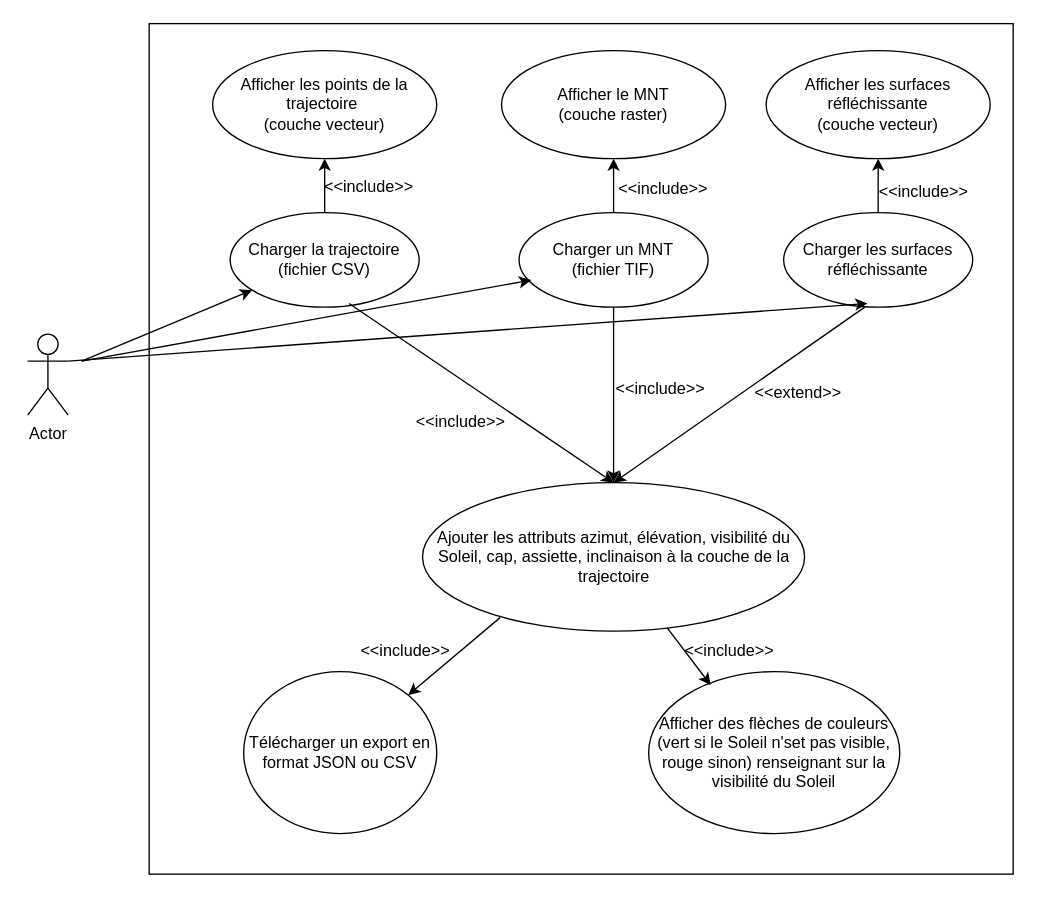
Earlier version of the draw.io diagram DiagrammeCasUtilisation.drawio (PaulCllch/BEA). Source tidied: cells renumbered, new cells numbered last; positions are measured from the earlier drawing's top-left corner, leaving out a move shared by most shapes. Both pictures are drawn from the tidied source at 135%, with x=0, y=0 at pixel (27, 23).
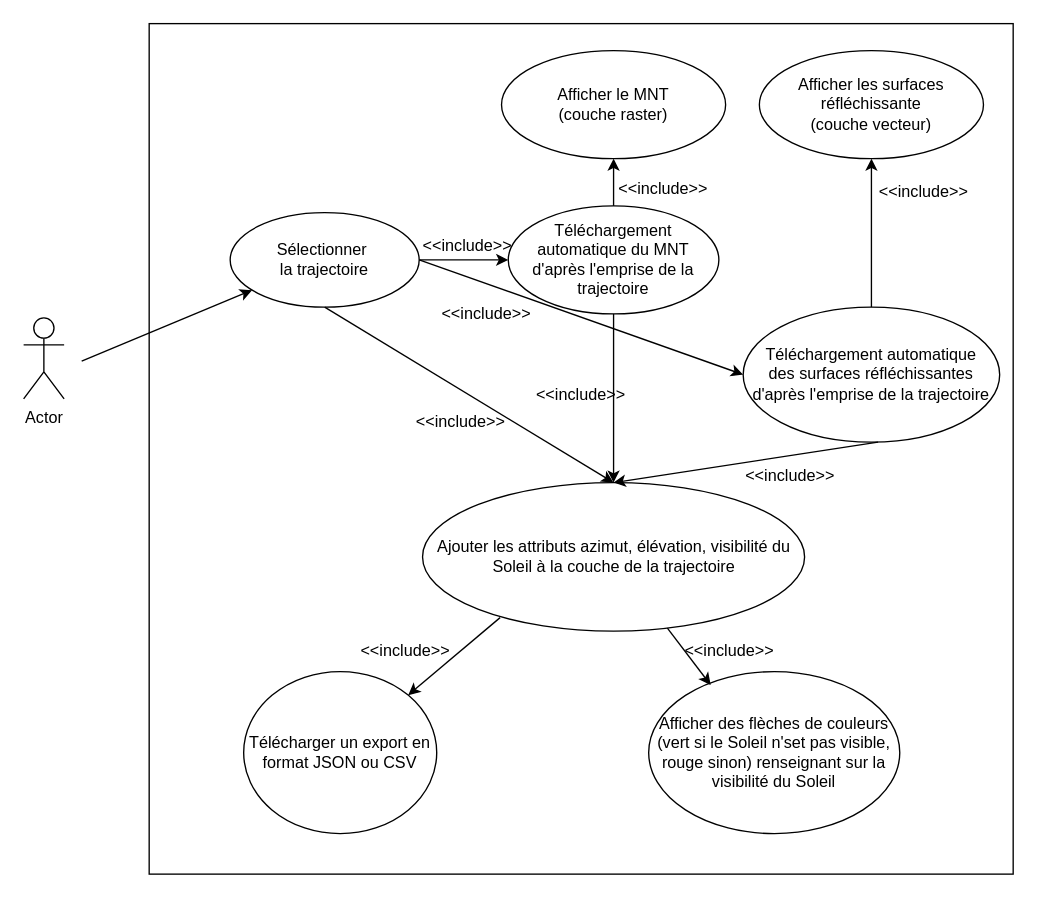
The same page after the edit.

Commit message:
Mettre à jour DiagrammeCasUtilisation.drawio

The edit, as a diff of the source:
```diff
@@
     <mxCell id="2" value="Actor" style="shape=umlActor;verticalLabelPosition=bottom;verticalAlign=top;html=1;outlineConnect=0;labelPosition=center;align=center;" parent="1" vertex="1">
-      <mxGeometry y="230" width="30" height="60" as="geometry" />
+      <mxGeometry x="-3" y="218" width="30" height="60" as="geometry" />
     </mxCell>
@@
-    <mxCell id="4" value="&lt;div&gt;Charger la trajectoire&lt;/div&gt;&lt;div&gt;(fichier CSV)&lt;br&gt;&lt;/div&gt;" style="ellipse;whiteSpace=wrap;html=1;" parent="1" vertex="1">
+    <mxCell id="4" value="&lt;div&gt;Sélectionner&amp;nbsp;&lt;/div&gt;&lt;div&gt;la trajectoire&lt;/div&gt;" style="ellipse;whiteSpace=wrap;html=1;" parent="1" vertex="1">
       <mxGeometry x="150" y="140" width="140" height="70" as="geometry" />
     </mxCell>
@@
-    <mxCell id="6" value="&lt;div&gt;Charger un MNT&lt;/div&gt;&lt;div&gt;(fichier TIF)&lt;br&gt;&lt;/div&gt;" style="ellipse;whiteSpace=wrap;html=1;" parent="1" vertex="1">
-      <mxGeometry x="364" y="140" width="140" height="70" as="geometry" />
+    <mxCell id="6" value="&lt;div&gt;Téléchargement automatique du MNT d'après l'emprise de la trajectoire&lt;/div&gt;" style="ellipse;whiteSpace=wrap;html=1;" parent="1" vertex="1">
+      <mxGeometry x="356" y="135" width="156" height="80" as="geometry" />
     </mxCell>
-    <mxCell id="7" style="endArrow=classic;html=1;rounded=0;entryX=0.064;entryY=0.714;entryDx=0;entryDy=0;entryPerimeter=0;" parent="1" edge="1" target="6">
-      <mxGeometry relative="1" as="geometry">
-        <mxPoint x="40" y="250" as="sourcePoint" />
-      </mxGeometry>
+    <mxCell id="7" style="endArrow=classic;html=1;rounded=0;entryX=0;entryY=0.5;entryDx=0;entryDy=0;exitX=1;exitY=0.5;exitDx=0;exitDy=0;" parent="1" edge="1" source="4" target="6">
+      <mxGeometry relative="1" as="geometry" />
     </mxCell>
-    <mxCell id="8" value="&lt;div&gt;Afficher les points de la trajectoire&amp;nbsp;&lt;/div&gt;&lt;div&gt;(couche vecteur)&lt;/div&gt;" style="ellipse;whiteSpace=wrap;html=1;" parent="1" vertex="1">
-      <mxGeometry x="137" y="20" width="166" height="80" as="geometry" />
-    </mxCell>
-    <mxCell id="9" style="endArrow=classic;html=1;rounded=0;exitX=0.5;exitY=0;exitDx=0;exitDy=0;entryX=0.5;entryY=1;entryDx=0;entryDy=0;" parent="1" edge="1" source="4" target="8">
-      <mxGeometry relative="1" as="geometry" />
-    </mxCell>
@@
-    <mxCell id="12" value="Ajouter les attributs azimut, élévation, visibilité du Soleil, cap, assiette, inclinaison à la couche de la trajectoire" style="ellipse;whiteSpace=wrap;html=1;" parent="1" vertex="1">
+    <mxCell id="12" value="Ajouter les attributs azimut, élévation, visibilité du Soleil à la couche de la trajectoire" style="ellipse;whiteSpace=wrap;html=1;" parent="1" vertex="1">
       <mxGeometry x="292.5" y="340" width="283" height="110" as="geometry" />
     </mxCell>
@@
-    <mxCell id="17" style="endArrow=classic;html=1;rounded=0;fontFamily=Helvetica;fontSize=12;fontColor=default;entryX=0.5;entryY=0;entryDx=0;entryDy=0;exitX=0.629;exitY=0.962;exitDx=0;exitDy=0;exitPerimeter=0;" parent="1" edge="1" source="4" target="12">
+    <mxCell id="17" style="endArrow=classic;html=1;rounded=0;fontFamily=Helvetica;fontSize=12;fontColor=default;entryX=0.5;entryY=0;entryDx=0;entryDy=0;exitX=0.5;exitY=1;exitDx=0;exitDy=0;" parent="1" edge="1" source="4" target="12">
       <mxGeometry relative="1" as="geometry" />
     </mxCell>
-    <mxCell id="18" value="&lt;div&gt;Charger les surfaces réfléchissante&lt;br&gt;&lt;/div&gt;" style="ellipse;whiteSpace=wrap;html=1;" parent="1" vertex="1">
-      <mxGeometry x="560" y="140" width="140" height="70" as="geometry" />
+    <mxCell id="18" value="&lt;div&gt;Téléchargement automatique&lt;/div&gt;&lt;div&gt;des surfaces réfléchissantes d'après l'emprise de la trajectoire&lt;/div&gt;" style="ellipse;whiteSpace=wrap;html=1;" parent="1" vertex="1">
+      <mxGeometry x="530" y="210" width="190" height="100" as="geometry" />
     </mxCell>
     <mxCell id="19" value="&lt;div&gt;Afficher les surfaces réfléchissante&lt;br&gt;&lt;/div&gt;&lt;div&gt;(couche vecteur)&lt;/div&gt;" style="ellipse;whiteSpace=wrap;html=1;" parent="1" vertex="1">
-      <mxGeometry x="547" y="20" width="166" height="80" as="geometry" />
+      <mxGeometry x="542" y="20" width="166" height="80" as="geometry" />
     </mxCell>
@@
-    <mxCell id="21" style="endArrow=classic;html=1;rounded=0;fontFamily=Helvetica;fontSize=12;fontColor=default;entryX=0.443;entryY=0.962;entryDx=0;entryDy=0;exitX=1;exitY=0.3333333333333333;exitDx=0;exitDy=0;exitPerimeter=0;entryPerimeter=0;" parent="1" edge="1" source="2" target="18">
+    <mxCell id="21" style="endArrow=classic;html=1;rounded=0;fontFamily=Helvetica;fontSize=12;fontColor=default;entryX=0;entryY=0.5;entryDx=0;entryDy=0;exitX=1;exitY=0.5;exitDx=0;exitDy=0;" parent="1" edge="1" source="4" target="18">
       <mxGeometry relative="1" as="geometry" />
     </mxCell>
@@
-    <mxCell id="23" style="endArrow=classic;html=1;rounded=0;fontFamily=Helvetica;fontSize=12;fontColor=default;exitX=0.429;exitY=1;exitDx=0;exitDy=0;exitPerimeter=0;entryX=0.5;entryY=0;entryDx=0;entryDy=0;" parent="1" edge="1" source="18" target="12">
+    <mxCell id="23" style="endArrow=classic;html=1;rounded=0;fontFamily=Helvetica;fontSize=12;fontColor=default;entryX=0.5;entryY=0;entryDx=0;entryDy=0;exitX=0.526;exitY=1;exitDx=0;exitDy=0;exitPerimeter=0;" parent="1" edge="1" source="18" target="12">
       <mxGeometry relative="1" as="geometry" />
     </mxCell>
-    <mxCell id="24" value="&amp;lt;&amp;lt;include&amp;gt;&amp;gt;" style="text;html=1;align=center;verticalAlign=middle;whiteSpace=wrap;rounded=0;fontFamily=Helvetica;fontSize=12;fontColor=default;" parent="1" vertex="1">
-      <mxGeometry x="223" y="106" width="60" height="30" as="geometry" />
-    </mxCell>
@@
     <mxCell id="30" value="&amp;lt;&amp;lt;include&amp;gt;&amp;gt;" style="text;html=1;align=center;verticalAlign=middle;whiteSpace=wrap;rounded=0;fontFamily=Helvetica;fontSize=12;fontColor=default;" parent="1" vertex="1">
-      <mxGeometry x="439" y="256" width="60" height="30" as="geometry" />
+      <mxGeometry x="380" y="260" width="60" height="30" as="geometry" />
     </mxCell>
-    <mxCell id="31" value="&amp;lt;&amp;lt;extend&amp;gt;&amp;gt;" style="text;html=1;align=center;verticalAlign=middle;whiteSpace=wrap;rounded=0;fontFamily=Helvetica;fontSize=12;fontColor=default;" parent="1" vertex="1">
-      <mxGeometry x="541" y="259" width="60" height="30" as="geometry" />
-    </mxCell>
+    <mxCell id="32" value="&amp;lt;&amp;lt;include&amp;gt;&amp;gt;" style="text;html=1;align=center;verticalAlign=middle;whiteSpace=wrap;rounded=0;fontFamily=Helvetica;fontSize=12;fontColor=default;" parent="1" vertex="1">
+      <mxGeometry x="296" y="150" width="60" height="30" as="geometry" />
+    </mxCell>
+    <mxCell id="33" value="&amp;lt;&amp;lt;include&amp;gt;&amp;gt;" style="text;html=1;align=center;verticalAlign=middle;whiteSpace=wrap;rounded=0;fontFamily=Helvetica;fontSize=12;fontColor=default;" parent="1" vertex="1">
+      <mxGeometry x="310" y="200" width="60" height="30" as="geometry" />
+    </mxCell>
+    <mxCell id="34" value="&amp;lt;&amp;lt;include&amp;gt;&amp;gt;" style="text;html=1;align=center;verticalAlign=middle;whiteSpace=wrap;rounded=0;fontFamily=Helvetica;fontSize=12;fontColor=default;" parent="1" vertex="1">
+      <mxGeometry x="535" y="320" width="60" height="30" as="geometry" />
+    </mxCell>
```
